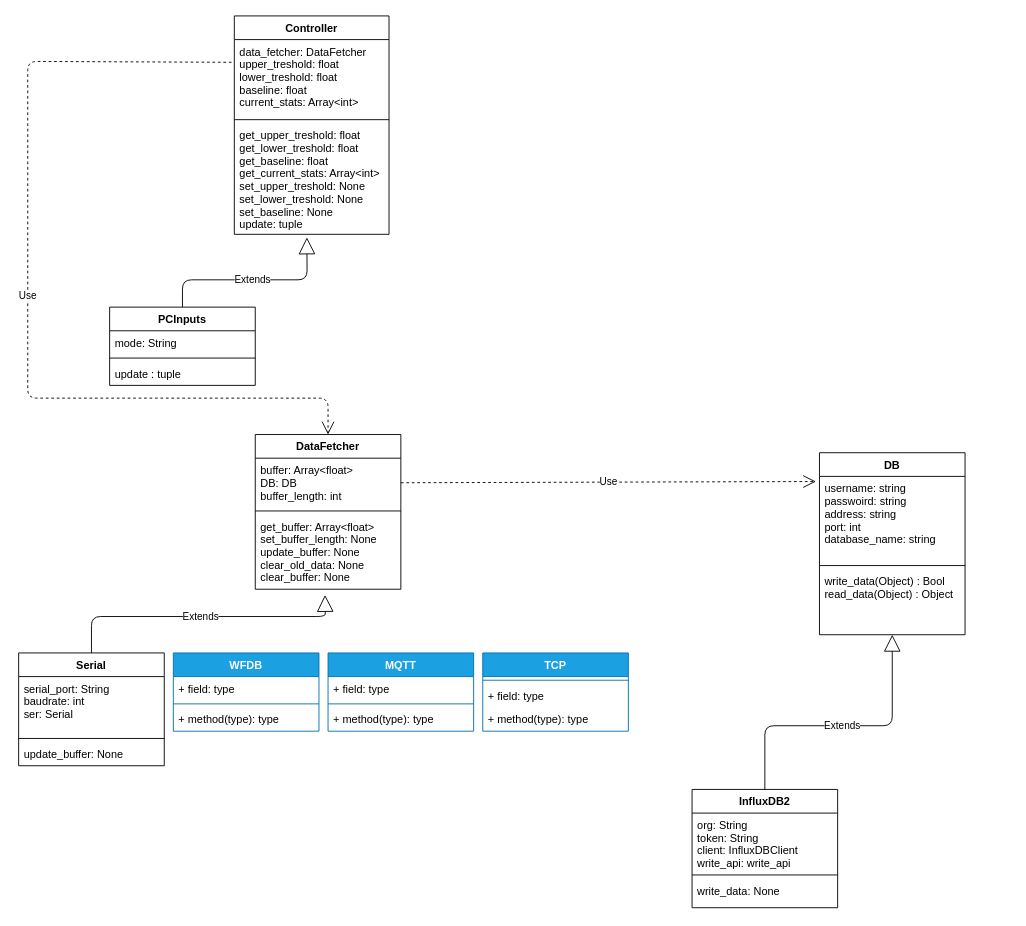
Das-Horn/BIOSLAM-Project keeps this draw.io diagram as UML.drawio. Above is the earlier version. Source tidied: cells renumbered, new cells numbered last; positions are measured from the earlier drawing's top-left corner, leaving out a move shared by most shapes. Both pictures are drawn from the tidied source at 91%, with x=0, y=0 at pixel (18, 15).
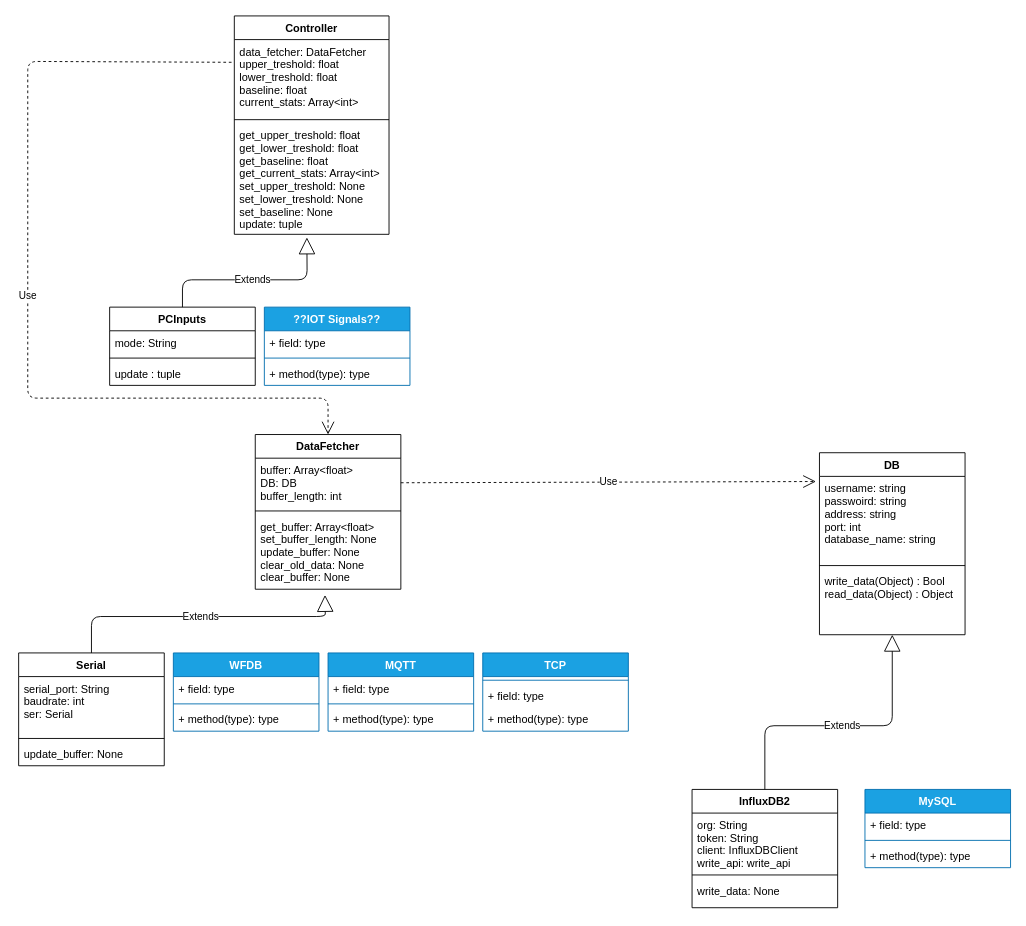
The same page after the edit.

The edit, as a diff of the source:
```diff
@@
+    <mxCell id="43" value="MySQL" style="swimlane;fontStyle=1;align=center;verticalAlign=top;horizontal=1;startSize=26;fillColor=#1ba1e2;fontColor=#ffffff;strokeColor=#006EAF;" parent="1" vertex="1">
+      <mxGeometry x="930" y="850" width="160" height="86" as="geometry" />
+    </mxCell>
+    <mxCell id="44" value="+ field: type" style="text;strokeColor=none;fillColor=none;align=left;verticalAlign=top;spacingLeft=4;spacingRight=4;overflow=hidden;" parent="43" vertex="1">
+      <mxGeometry y="26" width="160" height="26" as="geometry" />
+    </mxCell>
+    <mxCell id="45" style="line;strokeWidth=1;fillColor=none;align=left;verticalAlign=middle;spacingTop=-1;spacingLeft=3;spacingRight=3;labelPosition=right;strokeColor=inherit;" parent="43" vertex="1">
+      <mxGeometry y="52" width="160" height="8" as="geometry" />
+    </mxCell>
+    <mxCell id="46" value="+ method(type): type" style="text;strokeColor=none;fillColor=none;align=left;verticalAlign=top;spacingLeft=4;spacingRight=4;overflow=hidden;" parent="43" vertex="1">
+      <mxGeometry y="60" width="160" height="26" as="geometry" />
+    </mxCell>
+    <mxCell id="47" value="??IOT Signals??" style="swimlane;fontStyle=1;align=center;verticalAlign=top;horizontal=1;startSize=26;fillColor=#1ba1e2;fontColor=#ffffff;strokeColor=#006EAF;" parent="1" vertex="1">
+      <mxGeometry x="270" y="320" width="160" height="86" as="geometry" />
+    </mxCell>
+    <mxCell id="48" value="+ field: type" style="text;strokeColor=none;fillColor=none;align=left;verticalAlign=top;spacingLeft=4;spacingRight=4;overflow=hidden;" parent="47" vertex="1">
+      <mxGeometry y="26" width="160" height="26" as="geometry" />
+    </mxCell>
+    <mxCell id="49" style="line;strokeWidth=1;fillColor=none;align=left;verticalAlign=middle;spacingTop=-1;spacingLeft=3;spacingRight=3;labelPosition=right;strokeColor=inherit;" parent="47" vertex="1">
+      <mxGeometry y="52" width="160" height="8" as="geometry" />
+    </mxCell>
+    <mxCell id="50" value="+ method(type): type" style="text;strokeColor=none;fillColor=none;align=left;verticalAlign=top;spacingLeft=4;spacingRight=4;overflow=hidden;" parent="47" vertex="1">
+      <mxGeometry y="60" width="160" height="26" as="geometry" />
+    </mxCell>
```
